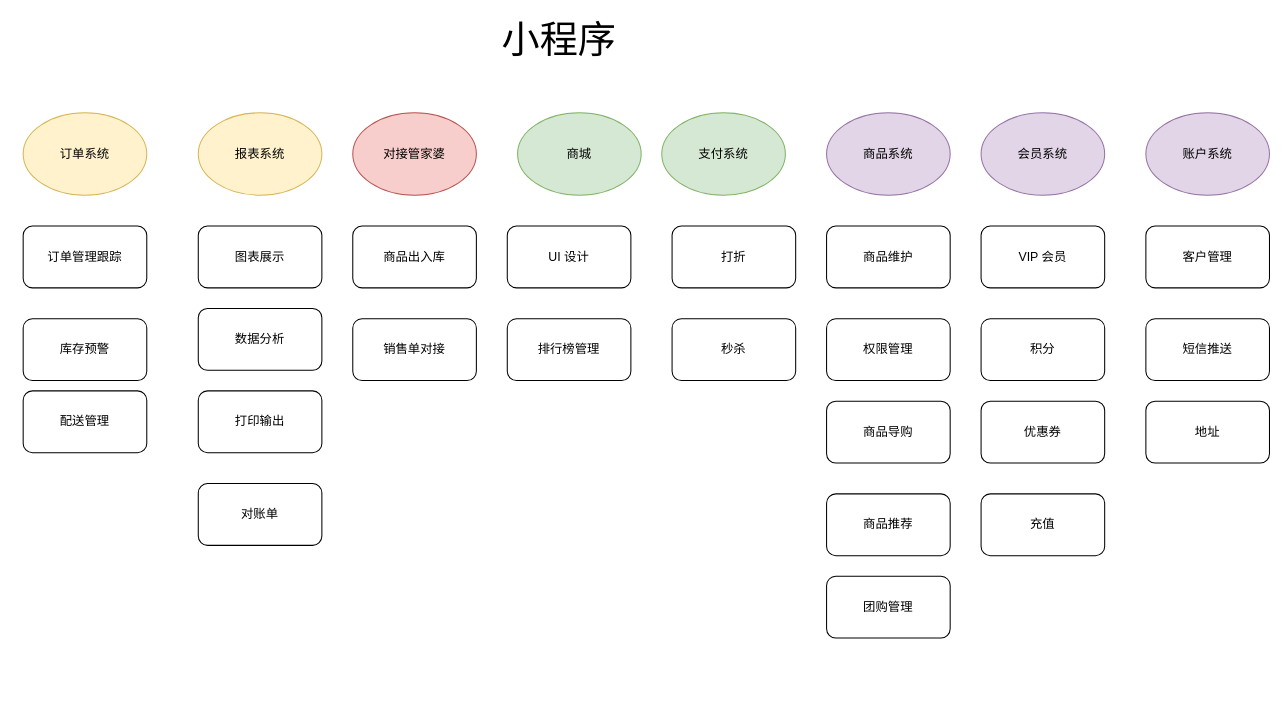
Earlier version of the draw.io diagram Untitled Diagram.drawio (Carrotecho/draw). Source tidied: cells renumbered, new cells numbered last; positions are measured from the earlier drawing's top-left corner, leaving out a move shared by most shapes. Both pictures are drawn from the tidied source at 103%, with x=0, y=0 at pixel (23, 25).
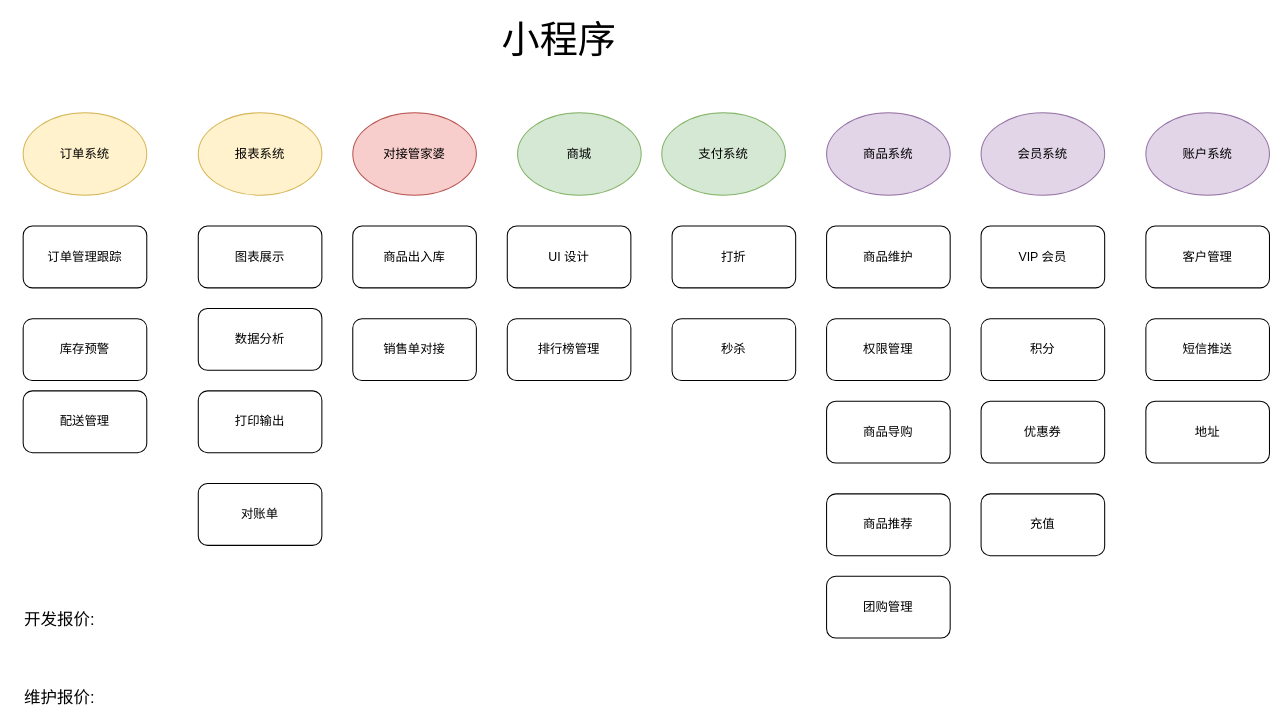
Above is the later version.

Change to the diagram source:
```diff
@@
+    <mxCell id="36" value="&lt;font style=&quot;font-size: 16px&quot;&gt;开发报价:&lt;br&gt;&lt;br&gt;&lt;br&gt;&lt;br&gt;维护报价:&lt;/font&gt;" style="text;html=1;align=center;verticalAlign=middle;strokeColor=none;fillColor=none;" parent="1" vertex="1">
+      <mxGeometry x="-5" y="575" width="80" height="80" as="geometry" />
+    </mxCell>
```
